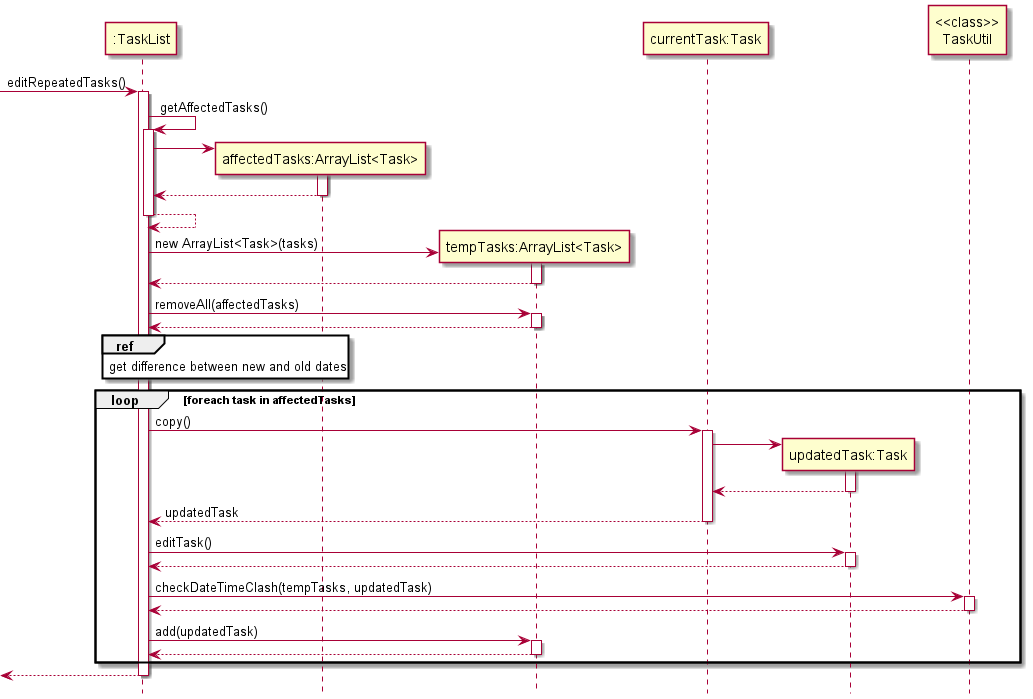
Before: docs/images/EditRepeatedTaskSD.png, a diagram exported from PlantUML (nus-cs2113-AY2122S2/tp).
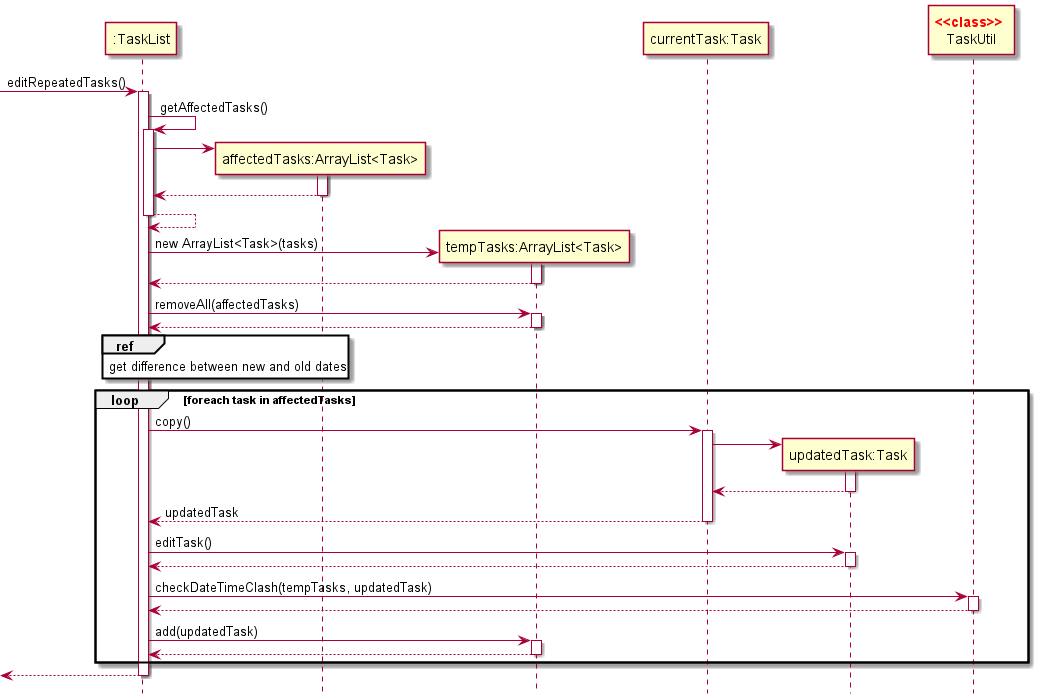
After the commit.

Commit message:
Add colour to <<class>> header in sequence diagrams Fix activation bar issues in some sequence diagrams

The edit, as a diff of the source:
```diff
@@ -6,7 +6,7 @@
 participant tempTasks as "tempTasks:ArrayList<Task>"
 participant currentTask as "currentTask:Task"
 participant newTask as "updatedTask:Task"
-participant TaskUtil as "<<class>>\nTaskUtil"
+participant TaskUtil as "<font color=red>**<<class>>** \nTaskUtil"
 
 [-> TaskList ++ : editRepeatedTasks()
 TaskList -> TaskList ++ : getAffectedTasks()
```
